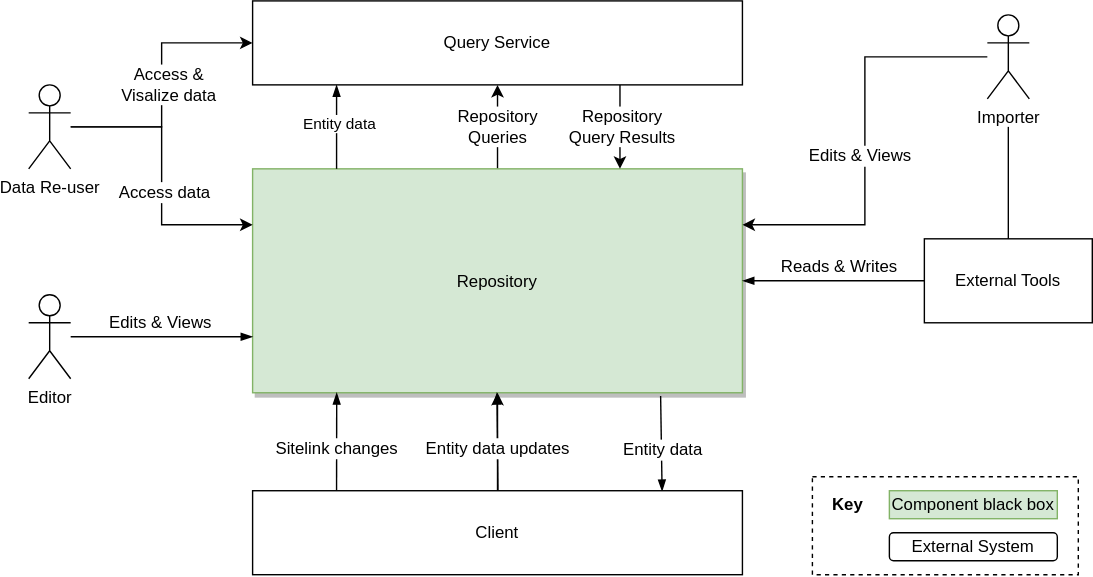
Earlier version of the draw.io export systems/Repository/diagrams/03-business-context.drawio.svg (wmde/wikidata-wikibase-architecture). Source tidied: cells renumbered, new cells last; positions are measured from the earlier drawing's top-left corner, leaving out a move shared by most shapes.
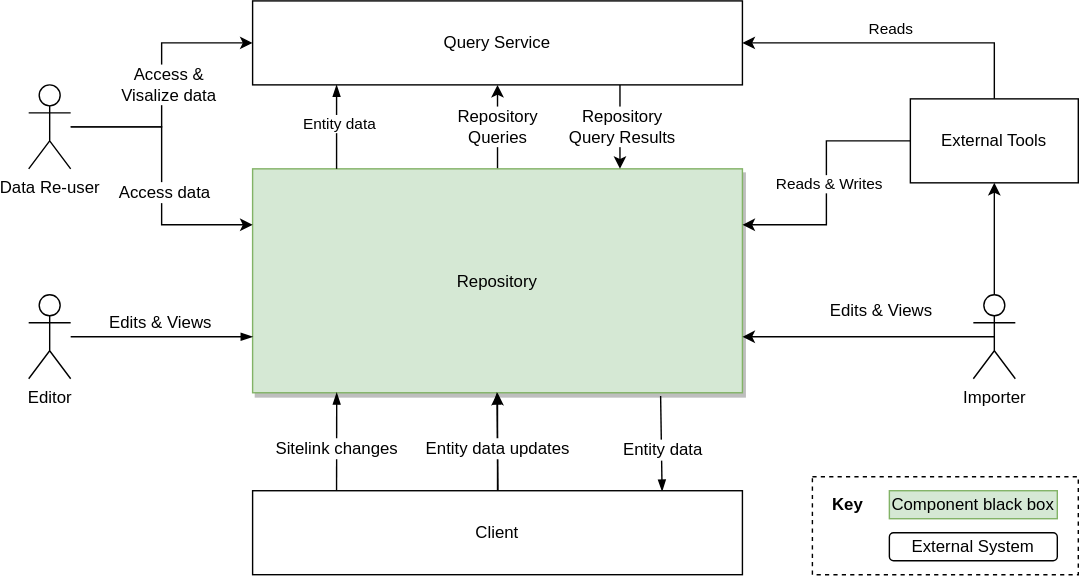
Above is the later version.

Commit message:
Give technical context a good second bash

What changed in the source:
```diff
@@ -2,12 +2,6 @@
   <root>
     <mxCell id="0" />
     <mxCell id="1" parent="0" />
-    <mxCell id="2" style="edgeStyle=orthogonalEdgeStyle;rounded=0;orthogonalLoop=1;jettySize=auto;html=1;fontSize=12;" parent="1" edge="1">
-      <mxGeometry relative="1" as="geometry">
-        <mxPoint x="700" y="90" as="sourcePoint" />
-        <mxPoint x="700" y="180" as="targetPoint" />
-      </mxGeometry>
-    </mxCell>
     <mxCell id="3" value="Editor" style="shape=umlActor;verticalLabelPosition=bottom;verticalAlign=top;html=1;" parent="1" vertex="1">
       <mxGeometry y="210" width="30" height="60" as="geometry" />
     </mxCell>
@@ -70,14 +64,6 @@
         <mxPoint x="-17.5" y="-11" as="offset" />
       </mxGeometry>
     </mxCell>
-    <mxCell id="16" style="endArrow=blockThin;strokeColor=#000000;fontSize=10;fontColor=#000000;strokeWidth=1;endFill=1;exitX=0;exitY=0.5;exitDx=0;exitDy=0;startArrow=none;startFill=0;entryX=0;entryY=0.5;entryDx=0;entryDy=0;" parent="1" edge="1" source="25" target="6">
-      <mxGeometry relative="1" as="geometry" />
-    </mxCell>
-    <mxCell id="17" value="Reads &amp;amp; Writes" style="edgeLabel;html=1;align=center;verticalAlign=middle;fontSize=12;" parent="16" vertex="1">
-      <mxGeometry x="0.24" y="-1" relative="1" as="geometry">
-        <mxPoint x="19" y="-9" as="offset" />
-      </mxGeometry>
-    </mxCell>
     <mxCell id="18" style="rounded=0;whiteSpace=wrap;html=1;fillColor=none;dashed=1;" parent="1" vertex="1">
       <mxGeometry x="560" y="340" width="190" height="70" as="geometry" />
     </mxCell>
@@ -90,19 +76,47 @@
     <mxCell id="21" value="External System" style="rounded=1;whiteSpace=wrap;html=1;align=center;" parent="1" vertex="1">
       <mxGeometry x="615" y="380" width="120" height="20" as="geometry" />
     </mxCell>
-    <mxCell id="22" style="edgeStyle=orthogonalEdgeStyle;rounded=0;jettySize=auto;html=1;entryX=0;entryY=0.75;entryDx=0;entryDy=0;fontSize=12;" parent="1" edge="1" source="24" target="6">
-      <mxGeometry relative="1" as="geometry" />
+    <mxCell id="22" style="edgeStyle=orthogonalEdgeStyle;rounded=0;jettySize=auto;html=1;fontSize=12;exitX=0.5;exitY=0.5;exitDx=0;exitDy=0;exitPerimeter=0;" parent="1" edge="1" source="24">
+      <mxGeometry relative="1" as="geometry">
+        <mxPoint x="510" y="240" as="targetPoint" />
+        <Array as="points">
+          <mxPoint x="510" y="240" />
+        </Array>
+      </mxGeometry>
     </mxCell>
     <mxCell id="23" value="Edits &amp;amp; Views" style="edgeLabel;html=1;align=center;verticalAlign=middle;fontSize=12;" parent="22" vertex="1">
       <mxGeometry x="0.17" y="-4" relative="1" as="geometry">
-        <mxPoint y="-14" as="offset" />
+        <mxPoint x="24" y="-14" as="offset" />
       </mxGeometry>
     </mxCell>
+    <mxCell id="37" style="edgeStyle=orthogonalEdgeStyle;rounded=0;jettySize=auto;html=1;" parent="1" edge="1" source="24" target="25">
+      <mxGeometry relative="1" as="geometry" />
+    </mxCell>
     <mxCell id="24" value="Importer" style="shape=umlActor;verticalLabelPosition=bottom;verticalAlign=top;html=1;outlineConnect=0;" parent="1" vertex="1">
-      <mxGeometry x="685" y="10" width="30" height="60" as="geometry" />
+      <mxGeometry x="675" y="210" width="30" height="60" as="geometry" />
     </mxCell>
+    <mxCell id="38" style="edgeStyle=orthogonalEdgeStyle;rounded=0;jettySize=auto;html=1;entryX=1;entryY=0.5;entryDx=0;entryDy=0;" parent="1" edge="1" source="25" target="28">
+      <mxGeometry relative="1" as="geometry">
+        <Array as="points">
+          <mxPoint x="690" y="30" />
+        </Array>
+      </mxGeometry>
+    </mxCell>
+    <mxCell id="39" value="Reads" style="edgeLabel;html=1;align=center;verticalAlign=middle;" parent="38" vertex="1">
+      <mxGeometry x="0.02" y="3" relative="1" as="geometry">
+        <mxPoint x="-2" y="-13" as="offset" />
+      </mxGeometry>
+    </mxCell>
+    <mxCell id="16" style="edgeStyle=orthogonalEdgeStyle;rounded=0;jettySize=auto;html=1;entryX=0;entryY=0.75;entryDx=0;entryDy=0;" parent="1" edge="1" source="25" target="6">
+      <mxGeometry relative="1" as="geometry" />
+    </mxCell>
+    <mxCell id="17" value="Reads &amp;amp; Writes" style="edgeLabel;html=1;align=center;verticalAlign=middle;" parent="16" vertex="1">
+      <mxGeometry x="0.09" y="2" relative="1" as="geometry">
+        <mxPoint y="-7" as="offset" />
+      </mxGeometry>
+    </mxCell>
     <mxCell id="25" value="External Tools" style="rounded=0;whiteSpace=wrap;html=1;" parent="1" vertex="1">
-      <mxGeometry x="640" y="170" width="120" height="60" as="geometry" />
+      <mxGeometry x="630" y="70" width="120" height="60" as="geometry" />
     </mxCell>
     <mxCell id="26" style="edgeStyle=orthogonalEdgeStyle;rounded=0;jettySize=auto;html=1;exitX=0.75;exitY=1;exitDx=0;exitDy=0;entryX=0.25;entryY=1;entryDx=0;entryDy=0;fontSize=12;" parent="1" edge="1" source="28" target="6">
       <mxGeometry relative="1" as="geometry" />
```
